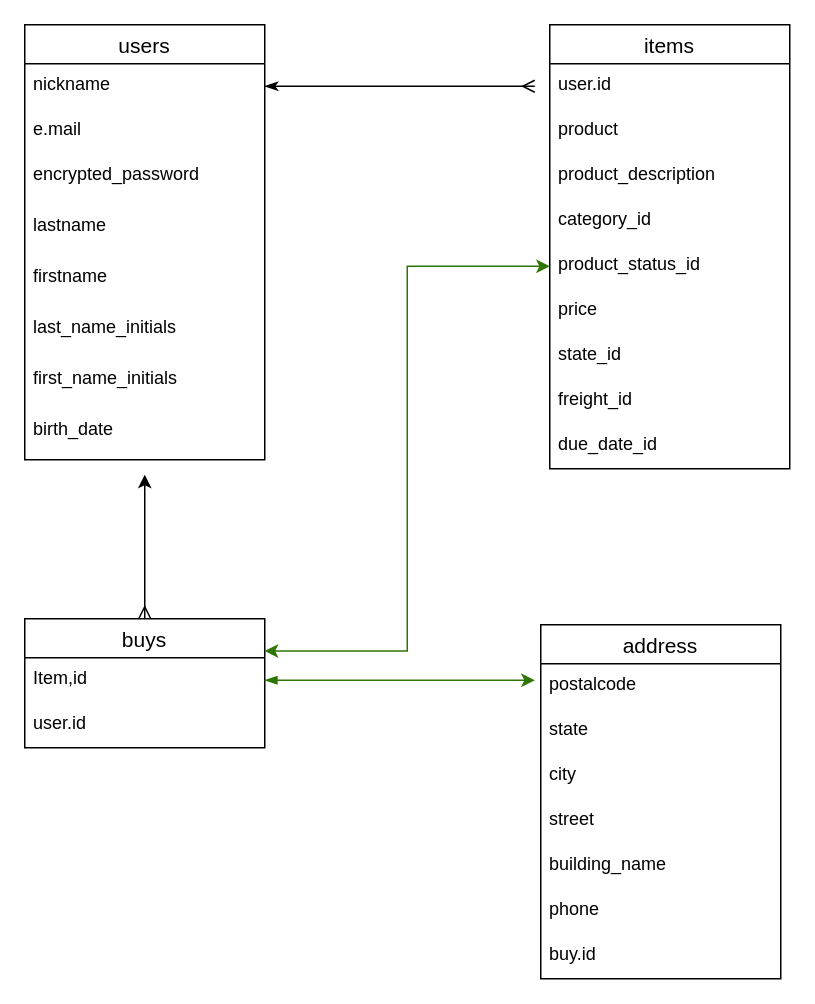
Above: .dio in hirosetomoaki/furima-35779 (draw.io), before the change. Source tidied: cells renumbered, new cells numbered last; positions are measured from the earlier drawing's top-left corner, leaving out a move shared by most shapes. Both pictures are drawn from the tidied source at 150%, with x=0, y=0 at pixel (24, 24).
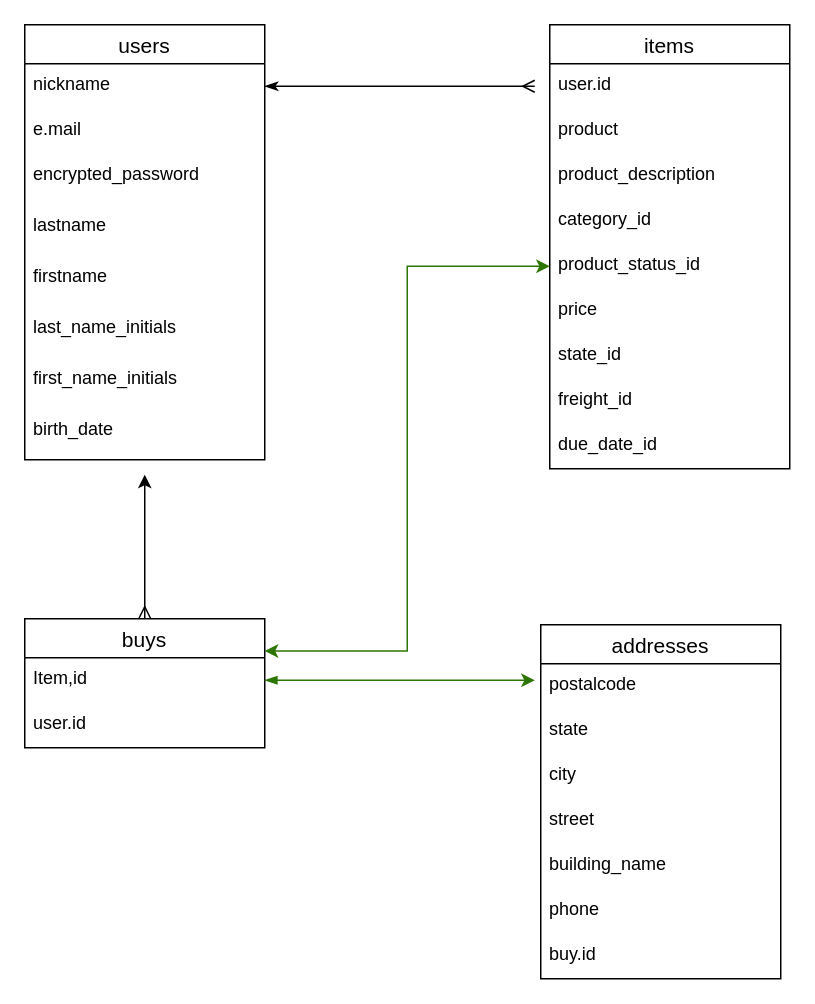
Above is the later version.

The edit, as a diff of the source:
```diff
@@
-    <mxCell id="22" value="address" style="swimlane;fontStyle=0;horizontal=1;startSize=26;align=center;fontSize=14;" parent="1" vertex="1">
+    <mxCell id="22" value="addresses" style="swimlane;fontStyle=0;horizontal=1;startSize=26;align=center;fontSize=14;" parent="1" vertex="1">
       <mxGeometry x="344" y="400" width="160" height="236" as="geometry" />
     </mxCell>
```
